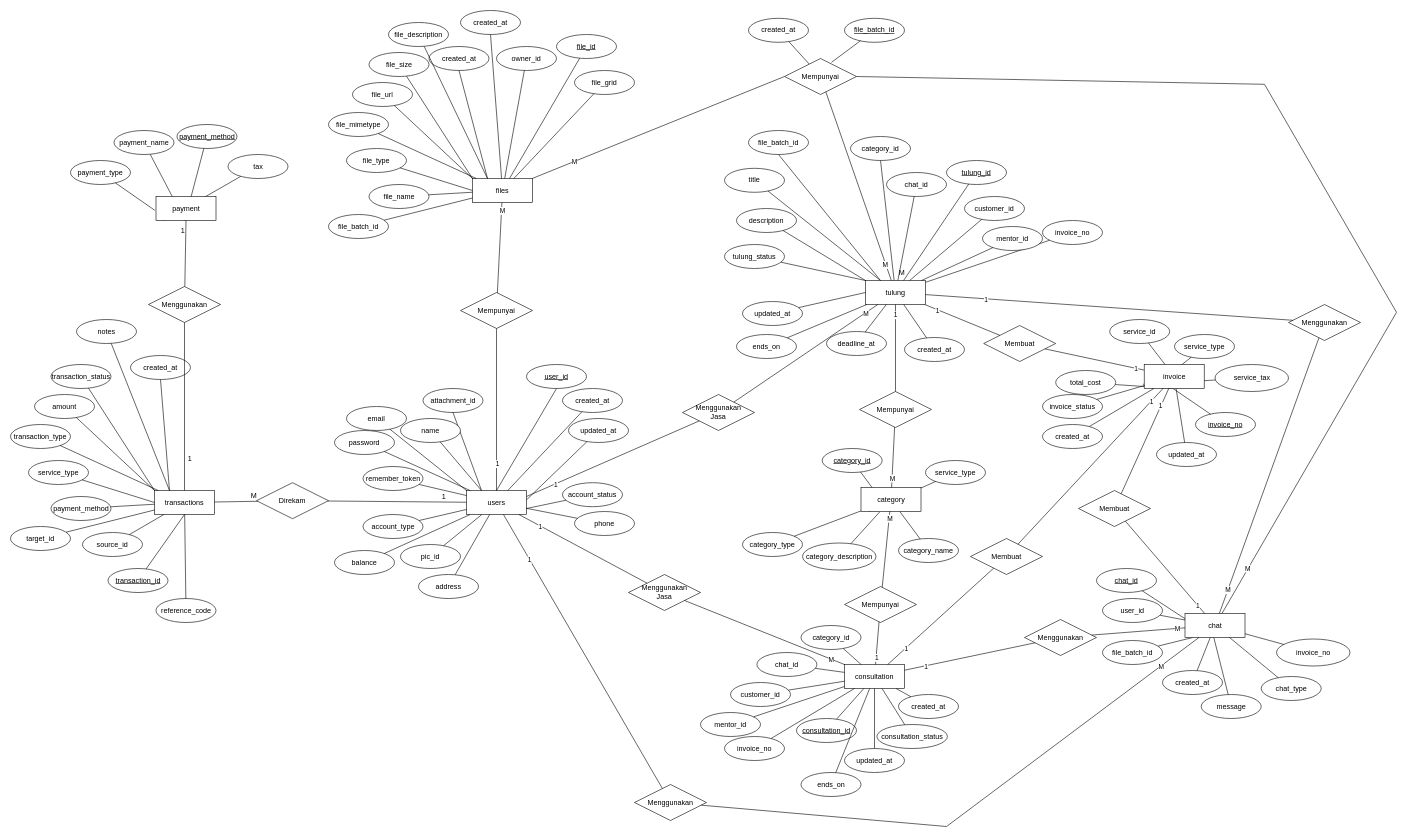
Before: page "Page-1" (1 of 2) of resources/ER Diagram KodeMaya.drawio in Erisukmawan/KodeMaya, a draw.io diagram. Source tidied: cells renumbered, new cells numbered last; positions are measured from the earlier drawing's top-left corner, leaving out a move shared by most shapes. Both pictures are drawn from the tidied source at 60%, with x=0, y=0 at pixel (10, 10).
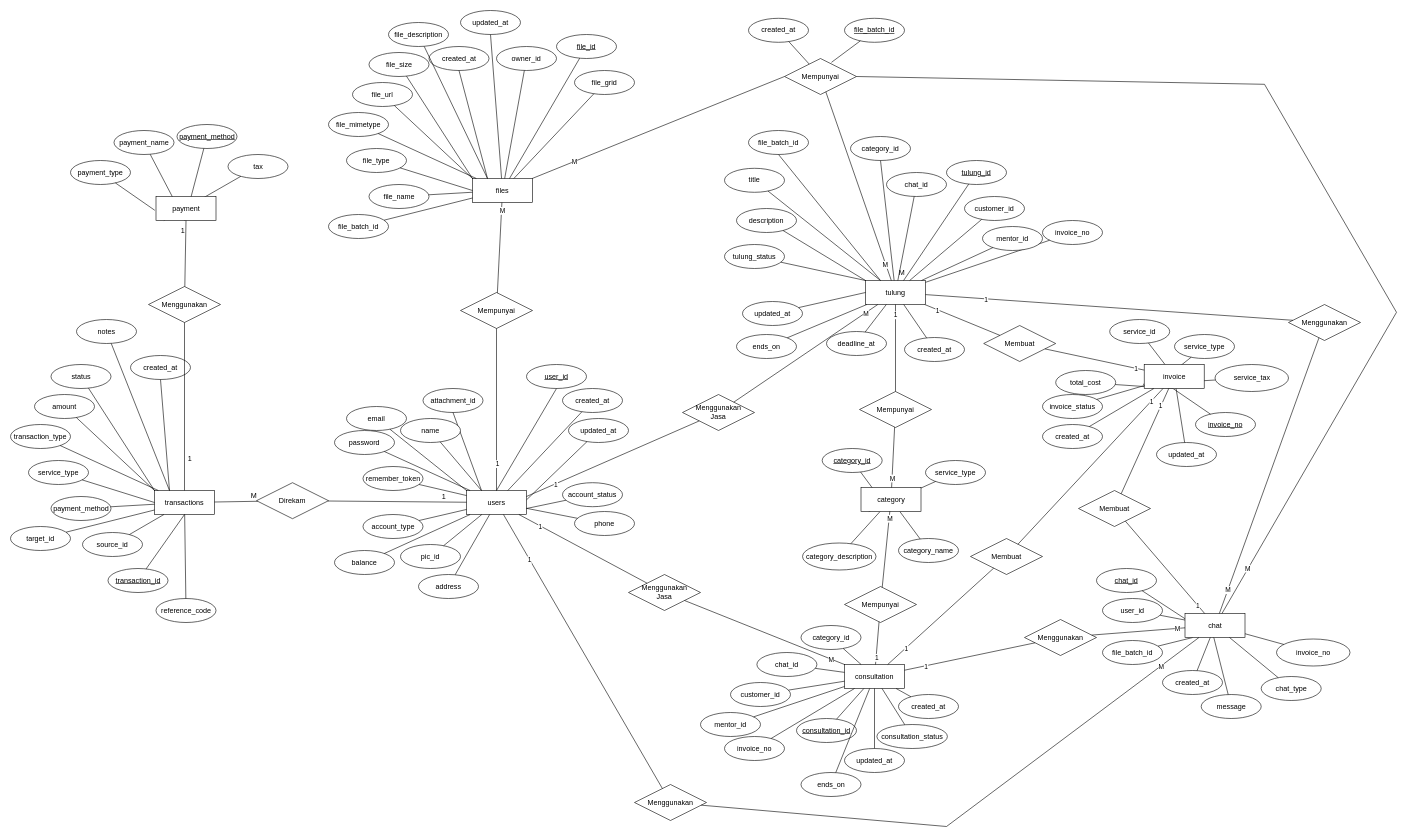
The same diagram, later.

Commit message:
ubah atribut

Unchanged cells that the change refers to:
```xml
<mxCell id="155" value="category" style="whiteSpace=wrap;html=1;align=center;" parent="1" vertex="1">
  <mxGeometry x="1417.5" y="795" width="100" height="40" as="geometry" />
</mxCell>
```

Diff of the diagram source:
```diff
@@
-    <mxCell id="39" value="transaction_status" style="ellipse;whiteSpace=wrap;html=1;align=center;" parent="1" vertex="1">
+    <mxCell id="39" value="status" style="ellipse;whiteSpace=wrap;html=1;align=center;" parent="1" vertex="1">
       <mxGeometry x="67.5" y="590" width="100" height="40" as="geometry" />
     </mxCell>
@@
-    <mxCell id="95" value="created_at" style="ellipse;whiteSpace=wrap;html=1;align=center;" parent="1" vertex="1">
+    <mxCell id="95" value="updated_at" style="ellipse;whiteSpace=wrap;html=1;align=center;" parent="1" vertex="1">
       <mxGeometry x="750" width="100" height="40" as="geometry" />
     </mxCell>
@@
-    <mxCell id="147" value="category_type" style="ellipse;whiteSpace=wrap;html=1;align=center;" parent="1" vertex="1">
-      <mxGeometry x="1220" y="870" width="100" height="40" as="geometry" />
-    </mxCell>
-    <mxCell id="148" style="endArrow=none;html=1;rounded=0;" parent="1" edge="1" source="147" target="155">
-      <mxGeometry relative="1" as="geometry" />
-    </mxCell>
```
